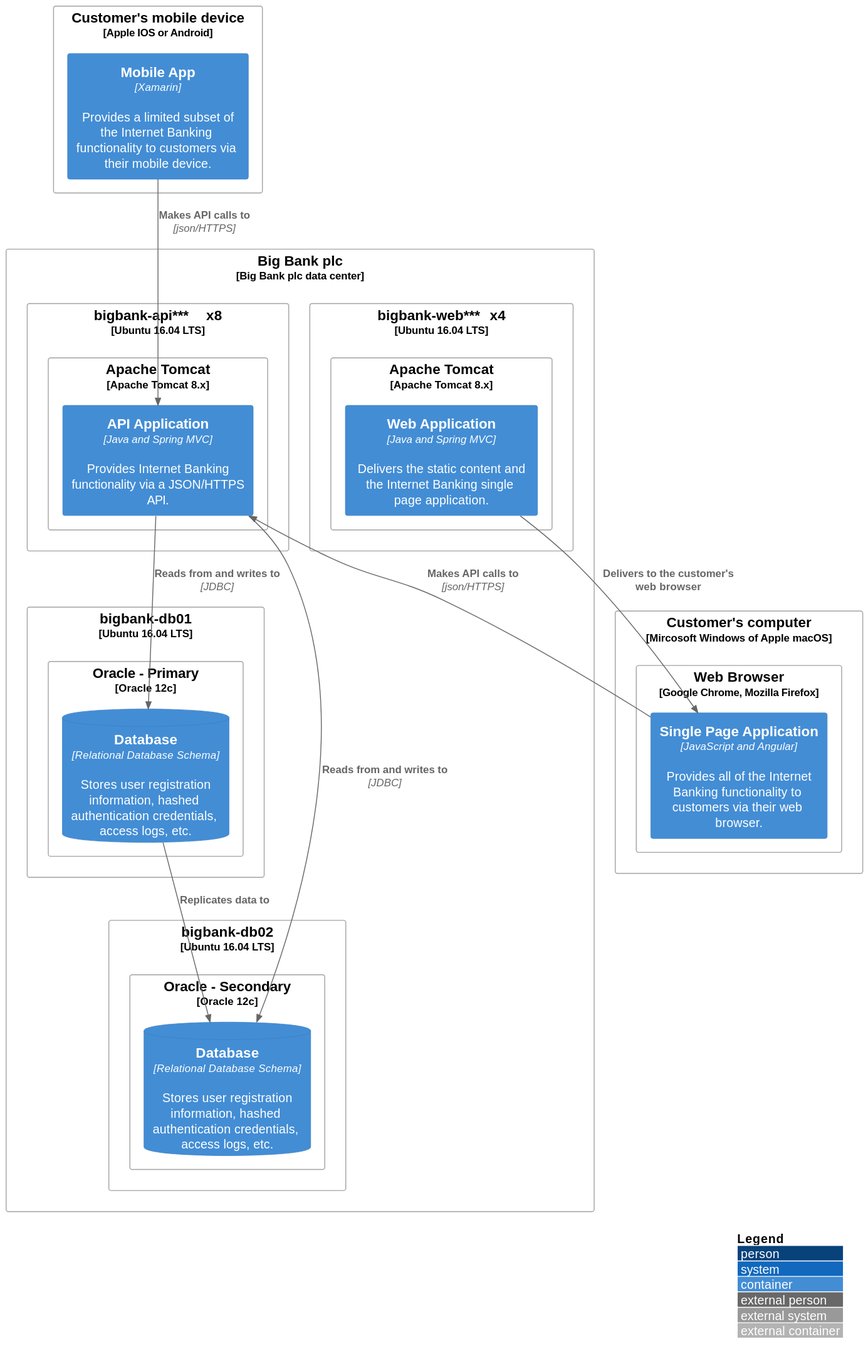
The PlantUML diagram docs/3 One Month Plan/deployment.svg in SilvioAmaral/SolutionAchitecture, before a commit. Its diagram source:
```plantuml
@startuml
!include https://raw.githubusercontent.com/adrianvlupu/C4-PlantUML/latest/C4_Deployment.puml

LAYOUT_WITH_LEGEND()

Deployment_Node(plc, "Big Bank plc", "Big Bank plc data center"){
    Deployment_Node(dn, "bigbank-api***\tx8", "Ubuntu 16.04 LTS"){
        Deployment_Node(apache, "Apache Tomcat", "Apache Tomcat 8.x"){
            Container(api, "API Application", "Java and Spring MVC", "Provides Internet Banking functionality via a JSON/HTTPS API.")
        }
    }
    Deployment_Node(bigbankdb01, "bigbank-db01", "Ubuntu 16.04 LTS"){
        Deployment_Node(oracle, "Oracle - Primary", "Oracle 12c"){
            ContainerDb(db, "Database", "Relational Database Schema", "Stores user registration information, hashed authentication credentials, access logs, etc.")
        }
    }
    Deployment_Node(bigbankdb02, "bigbank-db02", "Ubuntu 16.04 LTS"){
        Deployment_Node(oracle2, "Oracle - Secondary", "Oracle 12c"){
            ContainerDb(db2, "Database", "Relational Database Schema", "Stores user registration information, hashed authentication credentials, access logs, etc.")
        }
    }
    Deployment_Node(bb2, "bigbank-web***\tx4", "Ubuntu 16.04 LTS"){
        Deployment_Node(apache2, "Apache Tomcat", "Apache Tomcat 8.x"){
            Container(web, "Web Application", "Java and Spring MVC", "Delivers the static content and the Internet Banking single page application.")
        }
    }
}

Deployment_Node(mob, "Customer's mobile device", "Apple IOS or Android"){
    Container(mobile, "Mobile App", "Xamarin", "Provides a limited subset of the Internet Banking functionality to customers via their mobile device.")
}

Deployment_Node(comp, "Customer's computer", "Mircosoft Windows of Apple macOS"){
    Deployment_Node(browser, "Web Browser", "Google Chrome, Mozilla Firefox"){
        Container(spa, "Single Page Application", "JavaScript and Angular", "Provides all of the Internet Banking functionality to customers via their web browser.")
    }
}

Rel(mobile, api, "Makes API calls to", "json/HTTPS")
Rel(spa, api, "Makes API calls to", "json/HTTPS")
Rel(web, spa, "Delivers to the customer's web browser")
Rel(api, db, "Reads from and writes to", "JDBC")
Rel(api, db2, "Reads from and writes to", "JDBC")
Rel(db, db2, "Replicates data to")

@enduml
```
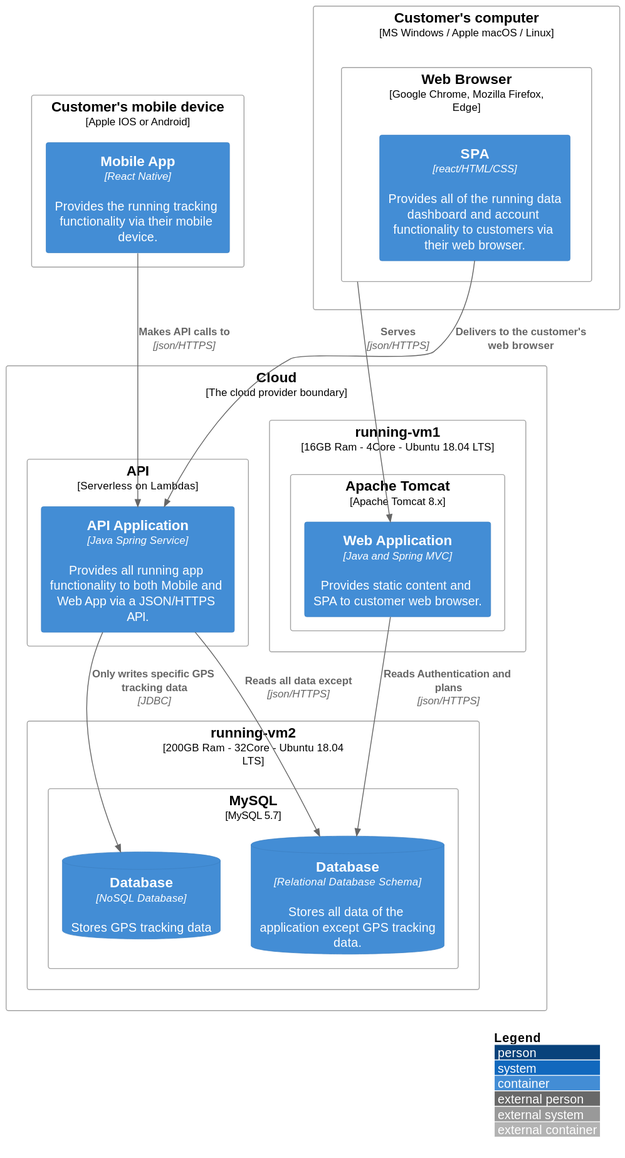
Above is the later version.

The edit, as a diff of the source:
```diff
@@ -1,46 +1,40 @@
-@startuml
-!include https://raw.githubusercontent.com/adrianvlupu/C4-PlantUML/latest/C4_Deployment.puml
+@startuml deployment
+!include ../../C4-PlantUML/C4_Deployment.puml
 
 LAYOUT_WITH_LEGEND()
 
-Deployment_Node(plc, "Big Bank plc", "Big Bank plc data center"){
-    Deployment_Node(dn, "bigbank-api***\tx8", "Ubuntu 16.04 LTS"){
-        Deployment_Node(apache, "Apache Tomcat", "Apache Tomcat 8.x"){
-            Container(api, "API Application", "Java and Spring MVC", "Provides Internet Banking functionality via a JSON/HTTPS API.")
+Deployment_Node(plc, "Cloud", "The cloud provider boundary"){
+    Deployment_Node(dn, "running-vm1", "16GB Ram - 4Core - Ubuntu 18.04 LTS"){
+        Deployment_Node(apache2, "Apache Tomcat", "Apache Tomcat 8.x"){
+            Container(web, "Web Application", "Java and Spring MVC", "Provides static content and SPA to customer web browser.")
         }
     }
-    Deployment_Node(bigbankdb01, "bigbank-db01", "Ubuntu 16.04 LTS"){
-        Deployment_Node(oracle, "Oracle - Primary", "Oracle 12c"){
-            ContainerDb(db, "Database", "Relational Database Schema", "Stores user registration information, hashed authentication credentials, access logs, etc.")
-        }
+    Deployment_Node(lambda, "API", "Serverless on Lambdas"){
+        Container(api, "API Application", "Java Spring Service", "Provides all running app functionality to both Mobile and Web App via a JSON/HTTPS API.")
     }
-    Deployment_Node(bigbankdb02, "bigbank-db02", "Ubuntu 16.04 LTS"){
-        Deployment_Node(oracle2, "Oracle - Secondary", "Oracle 12c"){
-            ContainerDb(db2, "Database", "Relational Database Schema", "Stores user registration information, hashed authentication credentials, access logs, etc.")
-        }
-    }
-    Deployment_Node(bb2, "bigbank-web***\tx4", "Ubuntu 16.04 LTS"){
-        Deployment_Node(apache2, "Apache Tomcat", "Apache Tomcat 8.x"){
-            Container(web, "Web Application", "Java and Spring MVC", "Delivers the static content and the Internet Banking single page application.")
+    Deployment_Node(db01, "running-vm2", "200GB Ram - 32Core - Ubuntu 18.04 LTS"){
+        Deployment_Node(mysql, "MySQL", "MySQL 5.7"){
+            ContainerDb(db1, "Database", "Relational Database Schema", "Stores all data of the application except GPS tracking data.")
+            ContainerDb(db2, "Database", "NoSQL Database", "Stores GPS tracking data")
         }
     }
 }
 
 Deployment_Node(mob, "Customer's mobile device", "Apple IOS or Android"){
-    Container(mobile, "Mobile App", "Xamarin", "Provides a limited subset of the Internet Banking functionality to customers via their mobile device.")
+    Container(mobile, "Mobile App", "React Native", "Provides the running tracking functionality via their mobile device.")
 }
 
-Deployment_Node(comp, "Customer's computer", "Mircosoft Windows of Apple macOS"){
-    Deployment_Node(browser, "Web Browser", "Google Chrome, Mozilla Firefox"){
-        Container(spa, "Single Page Application", "JavaScript and Angular", "Provides all of the Internet Banking functionality to customers via their web browser.")
+Deployment_Node(comp, "Customer's computer", "MS Windows / Apple macOS / Linux"){
+    Deployment_Node(browser, "Web Browser", "Google Chrome, Mozilla Firefox, Edge"){
+        Container(spa, "SPA", "react/HTML/CSS", "Provides all of the running data dashboard and account functionality to customers via their web browser.")
     }
 }
 
 Rel(mobile, api, "Makes API calls to", "json/HTTPS")
-Rel(spa, api, "Makes API calls to", "json/HTTPS")
-Rel(web, spa, "Delivers to the customer's web browser")
-Rel(api, db, "Reads from and writes to", "JDBC")
-Rel(api, db2, "Reads from and writes to", "JDBC")
-Rel(db, db2, "Replicates data to")
+Rel(spa, api, "Delivers to the customer's web browser")
+Rel(browser, web, "Serves", "json/HTTPS")
+Rel(web, db1, "Reads Authentication and plans", "json/HTTPS")
+Rel(api, db1, "Reads all data except", "json/HTTPS")
+Rel(api, db2, "Only writes specific GPS tracking data", "JDBC")
 
 @enduml
```
